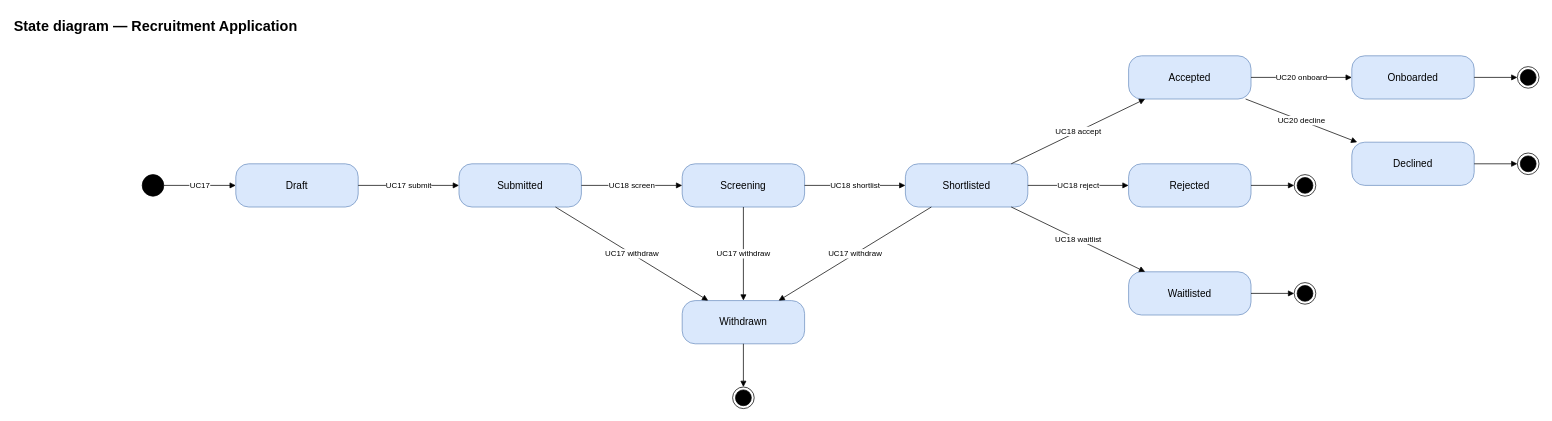
The draw.io diagram page "Recruitment Application" (5 of 9) of docs/03-diagrams/UCMS_State_Diagrams.drawio in nvdekay/ClubManagementSystem, before the edit. Source tidied: cells renumbered, new cells numbered last; positions are measured from the earlier drawing's top-left corner, leaving out a move shared by most shapes. Both pictures are drawn from the tidied source at 72%, with x=0, y=0 at pixel (12, 12).
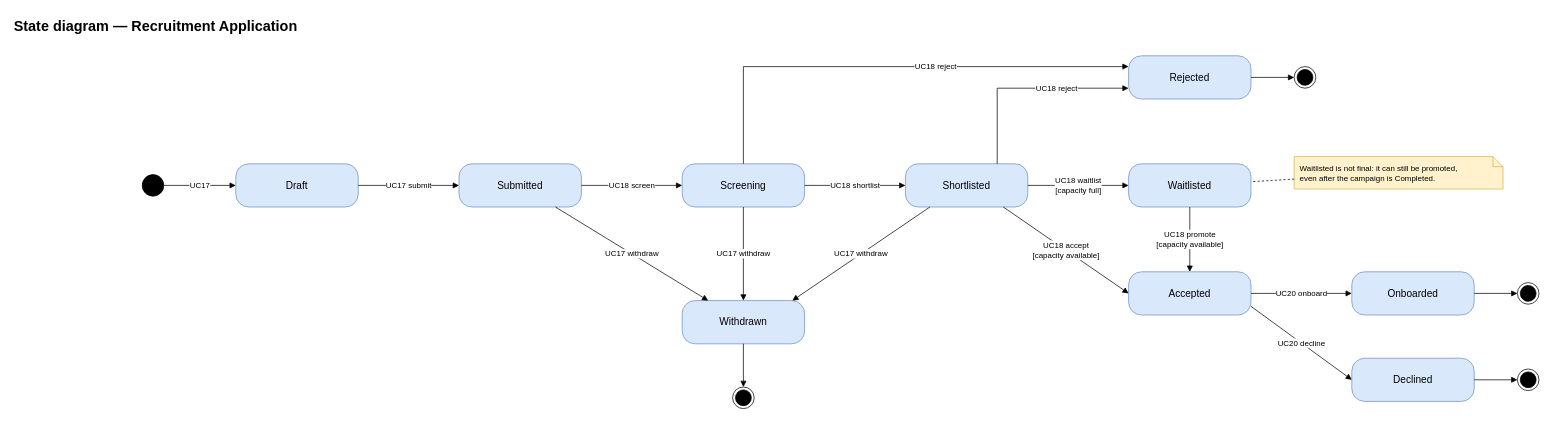
The same page after the edit.

The change refers to these unchanged cells:
```xml
<mxCell id="5" value="Screening" style="rounded=1;arcSize=30;whiteSpace=wrap;html=1;fillColor=#dae8fc;strokeColor=#6c8ebf;fontSize=14;" parent="1" vertex="1">
  <mxGeometry x="930" y="210" width="170" height="60" as="geometry" />
</mxCell>
<mxCell id="6" value="Shortlisted" style="rounded=1;arcSize=30;whiteSpace=wrap;html=1;fillColor=#dae8fc;strokeColor=#6c8ebf;fontSize=14;" parent="1" vertex="1">
  <mxGeometry x="1240" y="210" width="170" height="60" as="geometry" />
</mxCell>
```

The edit, as a diff of the source:
```diff
@@
+    <mxCell id="11" style="ellipse;html=1;fillColor=#000000;strokeColor=#000000;" parent="1" vertex="1">
+      <mxGeometry x="180" y="225" width="30" height="30" as="geometry" />
+    </mxCell>
@@
-    <mxCell id="7" value="Accepted" style="rounded=1;arcSize=30;whiteSpace=wrap;html=1;fillColor=#dae8fc;strokeColor=#6c8ebf;fontSize=14;" parent="1" vertex="1">
-      <mxGeometry x="1550" y="60" width="170" height="60" as="geometry" />
-    </mxCell>
     <mxCell id="8" value="Rejected" style="rounded=1;arcSize=30;whiteSpace=wrap;html=1;fillColor=#dae8fc;strokeColor=#6c8ebf;fontSize=14;" parent="1" vertex="1">
-      <mxGeometry x="1550" y="210" width="170" height="60" as="geometry" />
+      <mxGeometry x="1550" y="60" width="170" height="60" as="geometry" />
     </mxCell>
     <mxCell id="9" value="Waitlisted" style="rounded=1;arcSize=30;whiteSpace=wrap;html=1;fillColor=#dae8fc;strokeColor=#6c8ebf;fontSize=14;" parent="1" vertex="1">
-      <mxGeometry x="1550" y="360" width="170" height="60" as="geometry" />
+      <mxGeometry x="1550" y="210" width="170" height="60" as="geometry" />
     </mxCell>
+    <mxCell id="7" value="Accepted" style="rounded=1;arcSize=30;whiteSpace=wrap;html=1;fillColor=#dae8fc;strokeColor=#6c8ebf;fontSize=14;" parent="1" vertex="1">
+      <mxGeometry x="1550" y="360" width="170" height="60" as="geometry" />
+    </mxCell>
     <mxCell id="10" value="Onboarded" style="rounded=1;arcSize=30;whiteSpace=wrap;html=1;fillColor=#dae8fc;strokeColor=#6c8ebf;fontSize=14;" parent="1" vertex="1">
-      <mxGeometry x="1860" y="60" width="170" height="60" as="geometry" />
+      <mxGeometry x="1860" y="360" width="170" height="60" as="geometry" />
     </mxCell>
-    <mxCell id="11" style="ellipse;html=1;fillColor=#000000;strokeColor=#000000;" parent="1" vertex="1">
-      <mxGeometry x="180" y="225" width="30" height="30" as="geometry" />
-    </mxCell>
+    <mxCell id="32" value="Declined" style="rounded=1;arcSize=30;whiteSpace=wrap;html=1;fillColor=#dae8fc;strokeColor=#6c8ebf;fontSize=14;" parent="1" vertex="1">
+      <mxGeometry x="1860" y="480" width="170" height="60" as="geometry" />
+    </mxCell>
+    <mxCell id="26" value="Withdrawn" style="rounded=1;arcSize=30;whiteSpace=wrap;html=1;fillColor=#dae8fc;strokeColor=#6c8ebf;fontSize=14;" parent="1" vertex="1">
+      <mxGeometry x="930" y="400" width="170" height="60" as="geometry" />
+    </mxCell>
+    <mxCell id="15" style="ellipse;html=1;shape=endState;fillColor=#000000;strokeColor=#000000;" parent="1" vertex="1">
+      <mxGeometry x="1780" y="75" width="30" height="30" as="geometry" />
+    </mxCell>
+    <mxCell id="13" style="ellipse;html=1;shape=endState;fillColor=#000000;strokeColor=#000000;" parent="1" vertex="1">
+      <mxGeometry x="2090" y="375" width="30" height="30" as="geometry" />
+    </mxCell>
+    <mxCell id="33" style="ellipse;html=1;shape=endState;fillColor=#000000;strokeColor=#000000;" parent="1" vertex="1">
+      <mxGeometry x="2090" y="495" width="30" height="30" as="geometry" />
+    </mxCell>
+    <mxCell id="27" style="ellipse;html=1;shape=endState;fillColor=#000000;strokeColor=#000000;" parent="1" vertex="1">
+      <mxGeometry x="1000" y="520" width="30" height="30" as="geometry" />
+    </mxCell>
@@
-    <mxCell id="13" style="ellipse;html=1;shape=endState;fillColor=#000000;strokeColor=#000000;" parent="1" vertex="1">
-      <mxGeometry x="2090" y="75" width="30" height="30" as="geometry" />
-    </mxCell>
@@
-    <mxCell id="15" style="ellipse;html=1;shape=endState;fillColor=#000000;strokeColor=#000000;" parent="1" vertex="1">
-      <mxGeometry x="1780" y="225" width="30" height="30" as="geometry" />
-    </mxCell>
@@
-    <mxCell id="17" style="ellipse;html=1;shape=endState;fillColor=#000000;strokeColor=#000000;" parent="1" vertex="1">
-      <mxGeometry x="1780" y="375" width="30" height="30" as="geometry" />
-    </mxCell>
-    <mxCell id="18" style="endArrow=block;endFill=1;html=1;rounded=0;fontSize=11;labelBackgroundColor=#ffffff;" parent="1" edge="1" source="9" target="17">
-      <mxGeometry relative="1" as="geometry" />
-    </mxCell>
@@
-    <mxCell id="22" value="UC18 accept" style="endArrow=block;endFill=1;html=1;rounded=0;fontSize=11;labelBackgroundColor=#ffffff;" parent="1" edge="1" source="6" target="7">
+    <mxCell id="22" value="UC18 accept&lt;br&gt;[capacity available]" style="endArrow=block;endFill=1;html=1;rounded=0;fontSize=11;labelBackgroundColor=#ffffff;exitX=0.8;exitY=1;exitDx=0;exitDy=0;entryX=0;entryY=0.5;entryDx=0;entryDy=0;" parent="1" edge="1" source="6" target="7">
       <mxGeometry relative="1" as="geometry" />
     </mxCell>
-    <mxCell id="23" value="UC18 reject" style="endArrow=block;endFill=1;html=1;rounded=0;fontSize=11;labelBackgroundColor=#ffffff;" parent="1" edge="1" source="6" target="8">
-      <mxGeometry relative="1" as="geometry" />
+    <mxCell id="23" value="UC18 reject" style="endArrow=block;endFill=1;html=1;rounded=0;fontSize=11;labelBackgroundColor=#ffffff;exitX=0.75;exitY=0;exitDx=0;exitDy=0;entryX=0;entryY=0.75;entryDx=0;entryDy=0;edgeStyle=orthogonalEdgeStyle;" parent="1" edge="1" source="6" target="8">
+      <mxGeometry x="0.3" relative="1" as="geometry">
+        <Array as="points">
+          <mxPoint x="1367" y="105" />
+        </Array>
+      </mxGeometry>
     </mxCell>
+    <mxCell id="36" value="UC18 reject" style="endArrow=block;endFill=1;html=1;rounded=0;fontSize=11;labelBackgroundColor=#ffffff;exitX=0.5;exitY=0;exitDx=0;exitDy=0;entryX=0;entryY=0.25;entryDx=0;entryDy=0;edgeStyle=orthogonalEdgeStyle;" parent="1" edge="1" source="5" target="8">
+      <mxGeometry x="0.2" relative="1" as="geometry">
+        <Array as="points">
+          <mxPoint x="1015" y="75" />
+        </Array>
+      </mxGeometry>
+    </mxCell>
-    <mxCell id="24" value="UC18 waitlist" style="endArrow=block;endFill=1;html=1;rounded=0;fontSize=11;labelBackgroundColor=#ffffff;" parent="1" edge="1" source="6" target="9">
+    <mxCell id="24" value="UC18 waitlist&lt;br&gt;[capacity full]" style="endArrow=block;endFill=1;html=1;rounded=0;fontSize=11;labelBackgroundColor=#ffffff;" parent="1" edge="1" source="6" target="9">
       <mxGeometry relative="1" as="geometry" />
     </mxCell>
+    <mxCell id="37" value="UC18 promote&lt;br&gt;[capacity available]" style="endArrow=block;endFill=1;html=1;rounded=0;fontSize=11;labelBackgroundColor=#ffffff;" parent="1" edge="1" source="9" target="7">
+      <mxGeometry relative="1" as="geometry" />
+    </mxCell>
@@
-    <mxCell id="26" value="Withdrawn" style="rounded=1;arcSize=30;whiteSpace=wrap;html=1;fillColor=#dae8fc;strokeColor=#6c8ebf;fontSize=14;" parent="1" vertex="1">
-      <mxGeometry x="930" y="400" width="170" height="60" as="geometry" />
-    </mxCell>
-    <mxCell id="27" style="ellipse;html=1;shape=endState;fillColor=#000000;strokeColor=#000000;" parent="1" vertex="1">
-      <mxGeometry x="1000" y="520" width="30" height="30" as="geometry" />
-    </mxCell>
@@
-    <mxCell id="30" value="UC17 withdraw" style="endArrow=block;endFill=1;html=1;rounded=0;fontSize=11;labelBackgroundColor=#ffffff;" parent="1" edge="1" source="6" target="26">
+    <mxCell id="30" value="UC17 withdraw" style="endArrow=block;endFill=1;html=1;rounded=0;fontSize=11;labelBackgroundColor=#ffffff;exitX=0.2;exitY=1;exitDx=0;exitDy=0;entryX=0.9;entryY=0;entryDx=0;entryDy=0;" parent="1" edge="1" source="6" target="26">
       <mxGeometry relative="1" as="geometry" />
     </mxCell>
@@
-    <mxCell id="32" value="Declined" style="rounded=1;arcSize=30;whiteSpace=wrap;html=1;fillColor=#dae8fc;strokeColor=#6c8ebf;fontSize=14;" parent="1" vertex="1">
-      <mxGeometry x="1860" y="180" width="170" height="60" as="geometry" />
-    </mxCell>
-    <mxCell id="33" style="ellipse;html=1;shape=endState;fillColor=#000000;strokeColor=#000000;" parent="1" vertex="1">
-      <mxGeometry x="2090" y="195" width="30" height="30" as="geometry" />
-    </mxCell>
-    <mxCell id="34" value="UC20 decline" style="endArrow=block;endFill=1;html=1;rounded=0;fontSize=11;labelBackgroundColor=#ffffff;" parent="1" edge="1" source="7" target="32">
+    <mxCell id="34" value="UC20 decline" style="endArrow=block;endFill=1;html=1;rounded=0;fontSize=11;labelBackgroundColor=#ffffff;exitX=1;exitY=0.8;exitDx=0;exitDy=0;entryX=0;entryY=0.5;entryDx=0;entryDy=0;" parent="1" edge="1" source="7" target="32">
       <mxGeometry relative="1" as="geometry" />
     </mxCell>
@@
+    <mxCell id="38" value="Waitlisted is not final: it can still be promoted,&lt;br&gt;even after the campaign is Completed." style="shape=note;whiteSpace=wrap;html=1;size=14;fillColor=#fff2cc;strokeColor=#d6b656;fontSize=11;align=left;spacingLeft=6;" parent="1" vertex="1">
+      <mxGeometry x="1780" y="200" width="290" height="45" as="geometry" />
+    </mxCell>
+    <mxCell id="39" style="html=1;rounded=0;dashed=1;endArrow=none;" parent="1" edge="1" source="38" target="9">
+      <mxGeometry relative="1" as="geometry" />
+    </mxCell>
```
